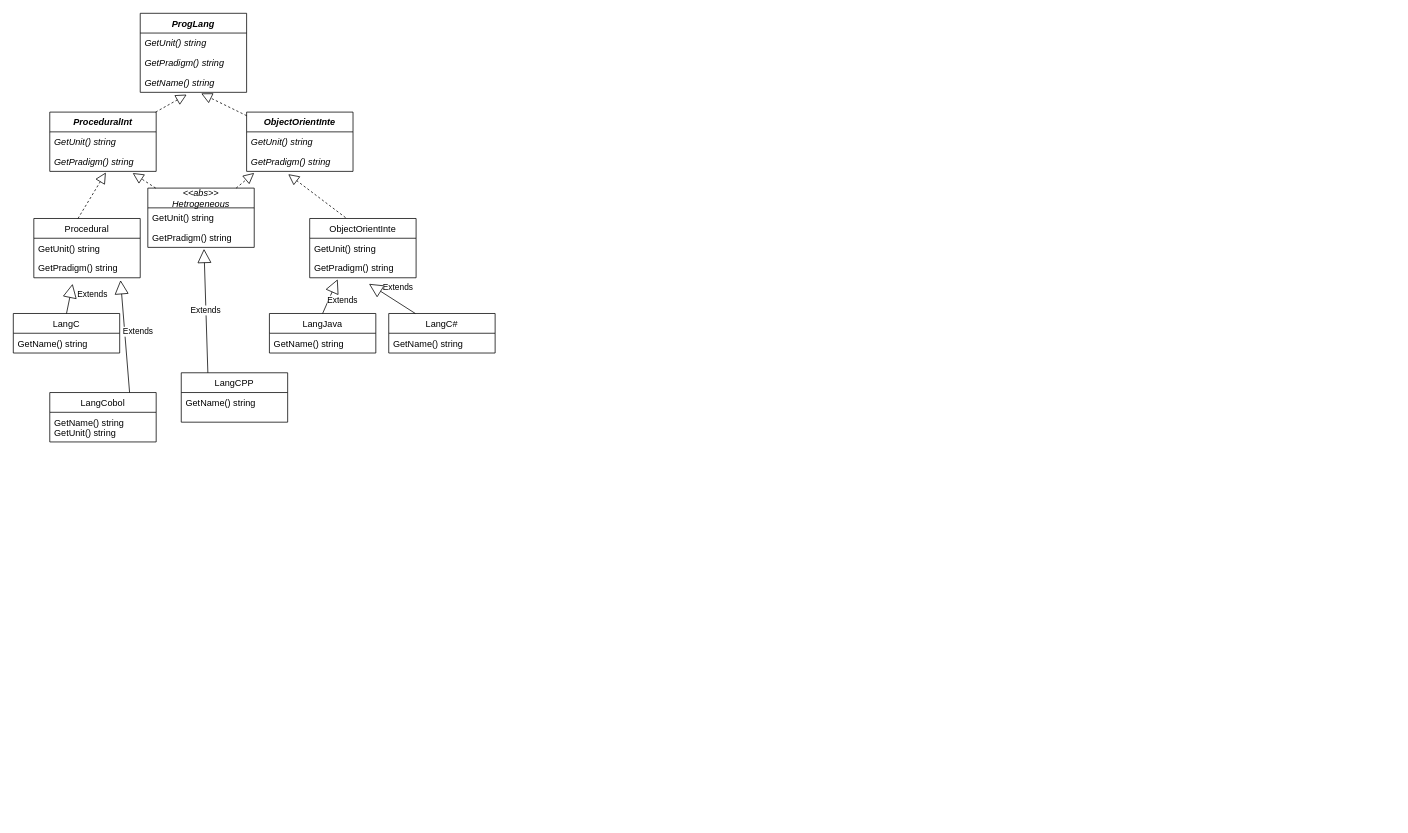
The draw.io diagram BreakDiamondProblem.drawio in LydsLido/philips-july-dp-2022, before the edit. Source tidied: cells renumbered, new cells numbered last; positions are measured from the earlier drawing's top-left corner, leaving out a move shared by most shapes. Both pictures are drawn from the tidied source at 76%, with x=0, y=0 at pixel (13, 13).
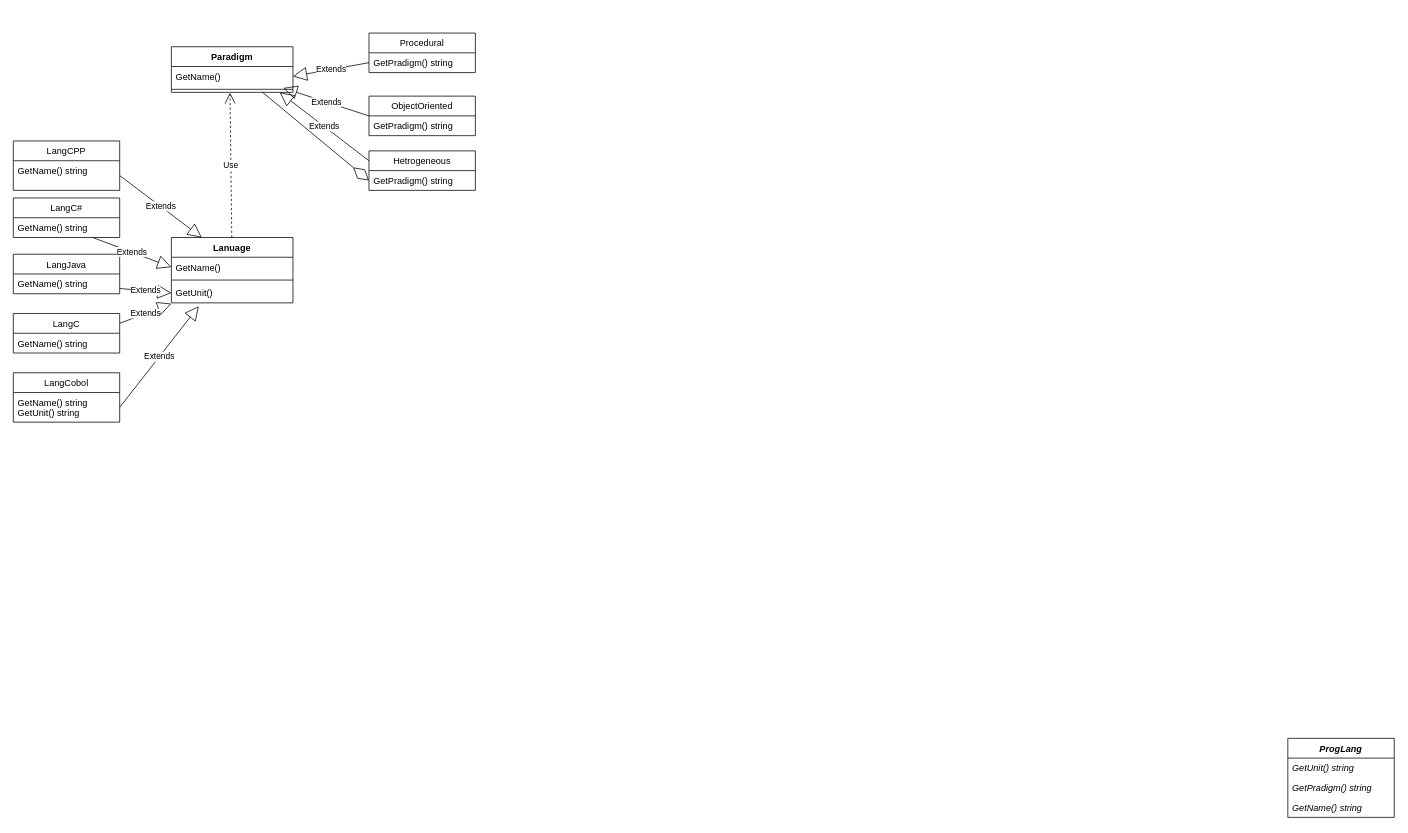
Above is the later version.

Unchanged cells that the change refers to:
```xml
<mxCell id="5" value="GetName() string" style="text;strokeColor=none;fillColor=none;align=left;verticalAlign=top;spacingLeft=4;spacingRight=4;overflow=hidden;points=[[0,0.5],[1,0.5]];portConstraint=eastwest;fontStyle=2;" parent="2" vertex="1">
  <mxGeometry y="78" width="140" height="26" as="geometry" />
</mxCell>
<mxCell id="25" value="LangC" style="swimlane;fontStyle=0;horizontal=1;startSize=26;fillColor=none;" parent="1" vertex="1">
  <mxGeometry y="395" width="140" height="52" as="geometry" />
</mxCell>
<mxCell id="28" value="GetName() string&#10;GetUnit() string" style="text;strokeColor=none;fillColor=none;align=left;verticalAlign=top;spacingLeft=4;spacingRight=4;overflow=hidden;points=[[0,0.5],[1,0.5]];portConstraint=eastwest;fontStyle=0;" parent="27" vertex="1">
  <mxGeometry y="26" width="140" height="39" as="geometry" />
</mxCell>
<mxCell id="32" value="GetName() string" style="text;strokeColor=none;fillColor=none;align=left;verticalAlign=top;spacingLeft=4;spacingRight=4;overflow=hidden;points=[[0,0.5],[1,0.5]];portConstraint=eastwest;fontStyle=0;" parent="31" vertex="1">
  <mxGeometry y="26" width="140" height="26" as="geometry" />
</mxCell>
<mxCell id="34" value="GetName() string" style="text;strokeColor=none;fillColor=none;align=left;verticalAlign=top;spacingLeft=4;spacingRight=4;overflow=hidden;points=[[0,0.5],[1,0.5]];portConstraint=eastwest;fontStyle=0;" parent="33" vertex="1">
  <mxGeometry y="26" width="140" height="26" as="geometry" />
</mxCell>
<mxCell id="38" value="GetName() string" style="text;strokeColor=none;fillColor=none;align=left;verticalAlign=top;spacingLeft=4;spacingRight=4;overflow=hidden;points=[[0,0.5],[1,0.5]];portConstraint=eastwest;fontStyle=0;" parent="37" vertex="1">
  <mxGeometry y="26" width="140" height="39" as="geometry" />
</mxCell>
```

The edit, as a diff of the source:
```diff
@@
     <mxCell id="2" value="ProgLang" style="swimlane;fontStyle=3;horizontal=1;startSize=26;fillColor=none;" parent="1" vertex="1">
-      <mxGeometry x="167" width="140" height="104" as="geometry" />
+      <mxGeometry x="1677" y="954" width="140" height="104" as="geometry" />
     </mxCell>
@@
-    <mxCell id="6" value="ProceduralInt" style="swimlane;fontStyle=3;horizontal=1;startSize=26;fillColor=none;" parent="1" vertex="1">
-      <mxGeometry x="48" y="130" width="140" height="78" as="geometry" />
-    </mxCell>
-    <mxCell id="7" value="GetUnit() string" style="text;strokeColor=none;fillColor=none;align=left;verticalAlign=top;spacingLeft=4;spacingRight=4;overflow=hidden;fontStyle=2;" parent="6" vertex="1">
-      <mxGeometry y="26" width="140" height="26" as="geometry" />
-    </mxCell>
-    <mxCell id="8" value="GetPradigm() string" style="text;strokeColor=none;fillColor=none;align=left;verticalAlign=top;spacingLeft=4;spacingRight=4;overflow=hidden;points=[[0,0.5],[1,0.5]];portConstraint=eastwest;fontStyle=2;" parent="6" vertex="1">
-      <mxGeometry y="52" width="140" height="26" as="geometry" />
-    </mxCell>
-    <mxCell id="9" value="ObjectOrientInte" style="swimlane;fontStyle=3;horizontal=1;startSize=26;fillColor=none;" parent="1" vertex="1">
-      <mxGeometry x="307" y="130" width="140" height="78" as="geometry" />
-    </mxCell>
-    <mxCell id="10" value="GetUnit() string" style="text;strokeColor=none;fillColor=none;align=left;verticalAlign=top;spacingLeft=4;spacingRight=4;overflow=hidden;fontStyle=2;" parent="9" vertex="1">
-      <mxGeometry y="26" width="140" height="26" as="geometry" />
-    </mxCell>
-    <mxCell id="11" value="GetPradigm() string" style="text;strokeColor=none;fillColor=none;align=left;verticalAlign=top;spacingLeft=4;spacingRight=4;overflow=hidden;points=[[0,0.5],[1,0.5]];portConstraint=eastwest;fontStyle=2;" parent="9" vertex="1">
-      <mxGeometry y="52" width="140" height="26" as="geometry" />
-    </mxCell>
-    <mxCell id="12" style="endArrow=block;dashed=1;endFill=0;endSize=12;html=1;rounded=0;entryX=0.437;entryY=1.115;entryDx=0;entryDy=0;entryPerimeter=0;" parent="1" edge="1" source="6" target="5">
-      <mxGeometry relative="1" as="geometry" />
-    </mxCell>
-    <mxCell id="13" style="endArrow=block;dashed=1;endFill=0;endSize=12;html=1;rounded=0;entryX=0.573;entryY=1.054;entryDx=0;entryDy=0;entryPerimeter=0;" parent="1" edge="1" source="9" target="5">
-      <mxGeometry relative="1" as="geometry" />
-    </mxCell>
-    <mxCell id="14" value="&lt;&lt;abs&gt;&gt;&#10;Hetrogeneous" style="swimlane;fontStyle=2;horizontal=1;startSize=26;fillColor=none;" parent="1" vertex="1">
-      <mxGeometry x="177" y="230" width="140" height="78" as="geometry" />
+    <mxCell id="14" value="Hetrogeneous" style="swimlane;fontStyle=0;horizontal=1;startSize=26;fillColor=none;" parent="1" vertex="1">
+      <mxGeometry x="468" y="181" width="140" height="52" as="geometry" />
     </mxCell>
-    <mxCell id="15" value="GetUnit() string" style="text;strokeColor=none;fillColor=none;align=left;verticalAlign=top;spacingLeft=4;spacingRight=4;overflow=hidden;fontStyle=0;" parent="14" vertex="1">
-      <mxGeometry y="26" width="140" height="26" as="geometry" />
-    </mxCell>
     <mxCell id="16" value="GetPradigm() string" style="text;strokeColor=none;fillColor=none;align=left;verticalAlign=top;spacingLeft=4;spacingRight=4;overflow=hidden;points=[[0,0.5],[1,0.5]];portConstraint=eastwest;fontStyle=0;" parent="14" vertex="1">
-      <mxGeometry y="52" width="140" height="26" as="geometry" />
+      <mxGeometry y="26" width="140" height="26" as="geometry" />
     </mxCell>
-    <mxCell id="17" style="endArrow=block;dashed=1;endFill=0;endSize=12;html=1;rounded=0;" parent="1" edge="1" source="14">
-      <mxGeometry relative="1" as="geometry">
-        <mxPoint x="317" y="210" as="targetPoint" />
-      </mxGeometry>
-    </mxCell>
-    <mxCell id="18" style="endArrow=block;dashed=1;endFill=0;endSize=12;html=1;rounded=0;entryX=0.779;entryY=1.085;entryDx=0;entryDy=0;entryPerimeter=0;" parent="1" edge="1" source="14" target="8">
-      <mxGeometry relative="1" as="geometry" />
-    </mxCell>
     <mxCell id="19" value="Procedural" style="swimlane;fontStyle=0;horizontal=1;startSize=26;fillColor=none;" parent="1" vertex="1">
-      <mxGeometry x="27" y="270" width="140" height="78" as="geometry" />
+      <mxGeometry x="468" y="26" width="140" height="52" as="geometry" />
     </mxCell>
-    <mxCell id="20" value="GetUnit() string" style="text;strokeColor=none;fillColor=none;align=left;verticalAlign=top;spacingLeft=4;spacingRight=4;overflow=hidden;fontStyle=0;" parent="19" vertex="1">
-      <mxGeometry y="26" width="140" height="26" as="geometry" />
-    </mxCell>
     <mxCell id="21" value="GetPradigm() string" style="text;strokeColor=none;fillColor=none;align=left;verticalAlign=top;spacingLeft=4;spacingRight=4;overflow=hidden;points=[[0,0.5],[1,0.5]];portConstraint=eastwest;fontStyle=0;" parent="19" vertex="1">
-      <mxGeometry y="52" width="140" height="26" as="geometry" />
+      <mxGeometry y="26" width="140" height="26" as="geometry" />
     </mxCell>
-    <mxCell id="22" value="ObjectOrientInte" style="swimlane;fontStyle=0;horizontal=1;startSize=26;fillColor=none;" parent="1" vertex="1">
-      <mxGeometry x="390" y="270" width="140" height="78" as="geometry" />
+    <mxCell id="22" value="ObjectOriented" style="swimlane;fontStyle=0;horizontal=1;startSize=26;fillColor=none;" parent="1" vertex="1">
+      <mxGeometry x="468" y="109" width="140" height="52" as="geometry" />
     </mxCell>
-    <mxCell id="23" value="GetUnit() string" style="text;strokeColor=none;fillColor=none;align=left;verticalAlign=top;spacingLeft=4;spacingRight=4;overflow=hidden;fontStyle=0;" parent="22" vertex="1">
-      <mxGeometry y="26" width="140" height="26" as="geometry" />
-    </mxCell>
     <mxCell id="24" value="GetPradigm() string" style="text;strokeColor=none;fillColor=none;align=left;verticalAlign=top;spacingLeft=4;spacingRight=4;overflow=hidden;points=[[0,0.5],[1,0.5]];portConstraint=eastwest;fontStyle=0;" parent="22" vertex="1">
-      <mxGeometry y="52" width="140" height="26" as="geometry" />
+      <mxGeometry y="26" width="140" height="26" as="geometry" />
     </mxCell>
@@
     <mxCell id="27" value="LangCobol" style="swimlane;fontStyle=0;horizontal=1;startSize=26;fillColor=none;" parent="1" vertex="1">
-      <mxGeometry x="48" y="499" width="140" height="65" as="geometry" />
+      <mxGeometry y="473" width="140" height="65" as="geometry" />
     </mxCell>
@@
-    <mxCell id="29" value="Extends" style="endArrow=block;endSize=16;endFill=0;html=1;rounded=0;exitX=0.5;exitY=0;exitDx=0;exitDy=0;" parent="1" edge="1" source="25">
-      <mxGeometry x="0.62" y="-28" relative="1" as="geometry">
-        <mxPoint x="78" y="356" as="targetPoint" />
-        <mxPoint y="1" as="offset" />
-      </mxGeometry>
-    </mxCell>
-    <mxCell id="30" value="Extends" style="endArrow=block;endSize=16;endFill=0;html=1;rounded=0;exitX=0.75;exitY=0;exitDx=0;exitDy=0;entryX=0.815;entryY=1.121;entryDx=0;entryDy=0;entryPerimeter=0;" parent="1" edge="1" source="27" target="21">
-      <mxGeometry x="0.06" y="-17" relative="1" as="geometry" />
-    </mxCell>
     <mxCell id="31" value="LangJava" style="swimlane;fontStyle=0;horizontal=1;startSize=26;fillColor=none;" parent="1" vertex="1">
-      <mxGeometry x="337" y="395" width="140" height="52" as="geometry" />
+      <mxGeometry y="317" width="140" height="52" as="geometry" />
     </mxCell>
@@
     <mxCell id="33" value="LangC#" style="swimlane;fontStyle=0;horizontal=1;startSize=26;fillColor=none;" parent="1" vertex="1">
-      <mxGeometry x="494" y="395" width="140" height="52" as="geometry" />
+      <mxGeometry y="243" width="140" height="52" as="geometry" />
     </mxCell>
@@
-    <mxCell id="35" value="Extends" style="endArrow=block;endSize=16;endFill=0;html=1;rounded=0;exitX=0.5;exitY=0;exitDx=0;exitDy=0;entryX=0.263;entryY=1.077;entryDx=0;entryDy=0;entryPerimeter=0;" parent="1" edge="1" source="31" target="24">
-      <mxGeometry x="0.06" y="-17" relative="1" as="geometry" />
-    </mxCell>
-    <mxCell id="36" value="Extends" style="endArrow=block;endSize=16;endFill=0;html=1;rounded=0;exitX=0.25;exitY=0;exitDx=0;exitDy=0;" parent="1" edge="1" source="33">
-      <mxGeometry x="0.06" y="-17" relative="1" as="geometry">
-        <mxPoint x="468" y="356" as="targetPoint" />
-      </mxGeometry>
-    </mxCell>
     <mxCell id="37" value="LangCPP" style="swimlane;fontStyle=0;horizontal=1;startSize=26;fillColor=none;" parent="1" vertex="1">
-      <mxGeometry x="221" y="473" width="140" height="65" as="geometry" />
+      <mxGeometry y="168" width="140" height="65" as="geometry" />
     </mxCell>
@@
-    <mxCell id="39" value="Extends" style="endArrow=block;endSize=16;endFill=0;html=1;rounded=0;exitX=0.25;exitY=0;exitDx=0;exitDy=0;entryX=0.528;entryY=1.077;entryDx=0;entryDy=0;entryPerimeter=0;" parent="1" edge="1" source="37" target="16">
-      <mxGeometry relative="1" as="geometry" />
-    </mxCell>
-    <mxCell id="40" style="endArrow=block;dashed=1;endFill=0;endSize=12;html=1;rounded=0;entryX=0.527;entryY=1.055;entryDx=0;entryDy=0;entryPerimeter=0;exitX=0.415;exitY=0;exitDx=0;exitDy=0;exitPerimeter=0;" parent="1" edge="1" source="19" target="8">
-      <mxGeometry relative="1" as="geometry" />
-    </mxCell>
-    <mxCell id="41" style="endArrow=block;dashed=1;endFill=0;endSize=12;html=1;rounded=0;entryX=0.391;entryY=1.143;entryDx=0;entryDy=0;entryPerimeter=0;exitX=0.337;exitY=-0.015;exitDx=0;exitDy=0;exitPerimeter=0;" parent="1" edge="1" source="22" target="11">
-      <mxGeometry relative="1" as="geometry" />
-    </mxCell>
+    <mxCell id="42" value="Lanuage" style="swimlane;fontStyle=1;align=center;verticalAlign=top;horizontal=1;startSize=26;" parent="1" vertex="1">
+      <mxGeometry x="208" y="295" width="160" height="86" as="geometry" />
+    </mxCell>
+    <mxCell id="43" value="GetName()" style="text;strokeColor=none;fillColor=none;align=left;verticalAlign=top;spacingLeft=4;spacingRight=4;overflow=hidden;points=[[0,0.5],[1,0.5]];portConstraint=eastwest;" parent="42" vertex="1">
+      <mxGeometry y="26" width="160" height="26" as="geometry" />
+    </mxCell>
+    <mxCell id="44" style="line;strokeWidth=1;fillColor=none;align=left;verticalAlign=middle;spacingTop=-1;spacingLeft=3;spacingRight=3;labelPosition=right;" parent="42" vertex="1">
+      <mxGeometry y="52" width="160" height="8" as="geometry" />
+    </mxCell>
+    <mxCell id="45" value="GetUnit()" style="text;strokeColor=none;fillColor=none;align=left;verticalAlign=top;spacingLeft=4;spacingRight=4;overflow=hidden;points=[[0,0.5],[1,0.5]];portConstraint=eastwest;" parent="42" vertex="1">
+      <mxGeometry y="60" width="160" height="26" as="geometry" />
+    </mxCell>
+    <mxCell id="46" value="Paradigm" style="swimlane;fontStyle=1;align=center;verticalAlign=top;horizontal=1;startSize=26;" parent="1" vertex="1">
+      <mxGeometry x="208" y="44" width="160" height="60" as="geometry" />
+    </mxCell>
+    <mxCell id="47" value="GetName()" style="text;strokeColor=none;fillColor=none;align=left;verticalAlign=top;spacingLeft=4;spacingRight=4;overflow=hidden;points=[[0,0.5],[1,0.5]];portConstraint=eastwest;" parent="46" vertex="1">
+      <mxGeometry y="26" width="160" height="26" as="geometry" />
+    </mxCell>
+    <mxCell id="48" style="line;strokeWidth=1;fillColor=none;align=left;verticalAlign=middle;spacingTop=-1;spacingLeft=3;spacingRight=3;labelPosition=right;points=[];portConstraint=eastwest;" parent="46" vertex="1">
+      <mxGeometry y="52" width="160" height="8" as="geometry" />
+    </mxCell>
+    <mxCell id="49" value="Extends" style="endArrow=block;endSize=16;endFill=0;html=1;rounded=0;exitX=1;exitY=0.5;exitDx=0;exitDy=0;entryX=0.25;entryY=0;entryDx=0;entryDy=0;" parent="1" edge="1" source="38" target="42">
+      <mxGeometry relative="1" as="geometry" />
+    </mxCell>
+    <mxCell id="50" value="Extends" style="endArrow=block;endSize=16;endFill=0;html=1;rounded=0;entryX=0;entryY=0.5;entryDx=0;entryDy=0;" parent="1" edge="1" source="34" target="43">
+      <mxGeometry relative="1" as="geometry" />
+    </mxCell>
+    <mxCell id="51" value="Extends" style="endArrow=block;endSize=16;endFill=0;html=1;rounded=0;entryX=0;entryY=0.5;entryDx=0;entryDy=0;" parent="1" edge="1" source="32" target="45">
+      <mxGeometry relative="1" as="geometry" />
+    </mxCell>
+    <mxCell id="52" value="Extends" style="endArrow=block;endSize=16;endFill=0;html=1;rounded=0;exitX=1;exitY=0.25;exitDx=0;exitDy=0;" parent="1" edge="1" source="25">
+      <mxGeometry relative="1" as="geometry">
+        <mxPoint x="208" y="382" as="targetPoint" />
+      </mxGeometry>
+    </mxCell>
+    <mxCell id="53" value="Extends" style="endArrow=block;endSize=16;endFill=0;html=1;rounded=0;exitX=1;exitY=0.5;exitDx=0;exitDy=0;entryX=0.225;entryY=1.17;entryDx=0;entryDy=0;entryPerimeter=0;" parent="1" edge="1" source="28" target="45">
+      <mxGeometry relative="1" as="geometry" />
+    </mxCell>
+    <mxCell id="54" value="Extends" style="endArrow=block;endSize=16;endFill=0;html=1;rounded=0;exitX=0;exitY=0.5;exitDx=0;exitDy=0;entryX=1;entryY=0.5;entryDx=0;entryDy=0;" parent="1" edge="1" source="21" target="47">
+      <mxGeometry relative="1" as="geometry" />
+    </mxCell>
+    <mxCell id="55" value="Extends" style="endArrow=block;endSize=16;endFill=0;html=1;rounded=0;exitX=0;exitY=0.5;exitDx=0;exitDy=0;entryX=0.92;entryY=0.286;entryDx=0;entryDy=0;entryPerimeter=0;" parent="1" edge="1" source="22" target="48">
+      <mxGeometry relative="1" as="geometry" />
+    </mxCell>
+    <mxCell id="56" value="Extends" style="endArrow=block;endSize=16;endFill=0;html=1;rounded=0;exitX=0;exitY=0.25;exitDx=0;exitDy=0;entryX=0.891;entryY=1;entryDx=0;entryDy=0;entryPerimeter=0;" parent="1" edge="1" source="14" target="48">
+      <mxGeometry relative="1" as="geometry" />
+    </mxCell>
+    <mxCell id="57" style="endArrow=diamondThin;endFill=0;endSize=24;html=1;rounded=0;entryX=0;entryY=0.5;entryDx=0;entryDy=0;exitX=0.75;exitY=1;exitDx=0;exitDy=0;" parent="1" edge="1" source="46" target="16">
+      <mxGeometry relative="1" as="geometry" />
+    </mxCell>
+    <mxCell id="58" value="Use" style="endArrow=open;endSize=12;dashed=1;html=1;rounded=0;entryX=0.482;entryY=1.071;entryDx=0;entryDy=0;entryPerimeter=0;" parent="1" edge="1" source="42" target="48">
+      <mxGeometry relative="1" as="geometry" />
+    </mxCell>
```
